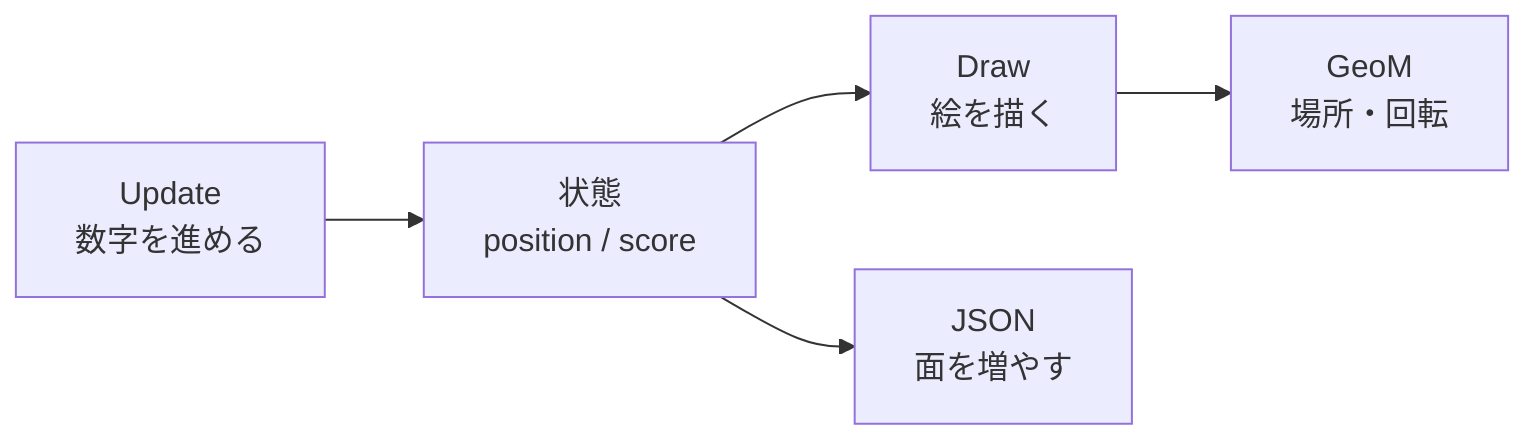
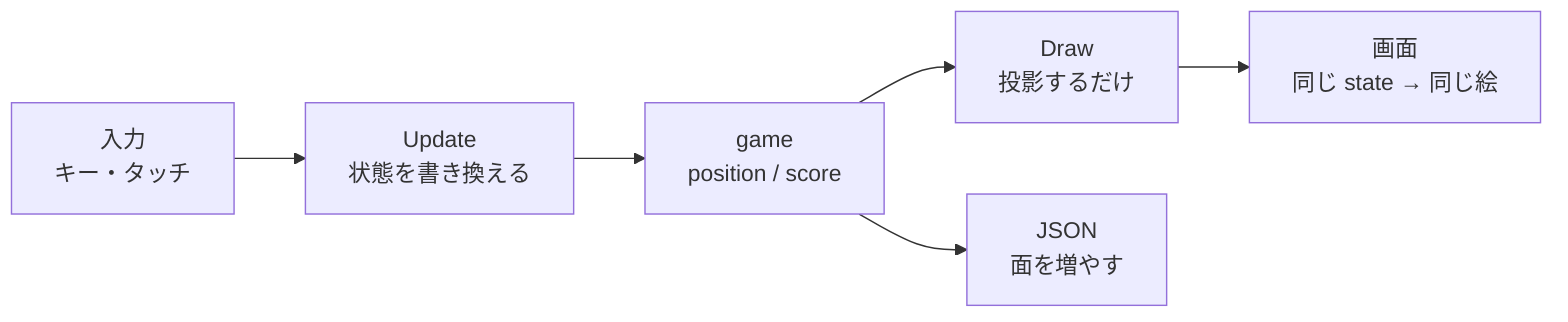
flowchart LR
-   update["Update<br/>数字を進める"]
-   state["状態<br/>position / score"]
-   draw["Draw<br/>絵を描く"]
-   geom["GeoM<br/>場所・回転"]
+   input["入力<br/>キー・タッチ"]
+   update["Update<br/>状態を書き換える"]
+   state["game<br/>position / score"]
+   draw["Draw<br/>投影するだけ"]
+   pixels["画面<br/>同じ state → 同じ絵"]
  data["JSON<br/>面を増やす"]
+   input --> update
  update --> state
  state --> draw
-   draw --> geom
+   draw --> pixels
  state --> data
